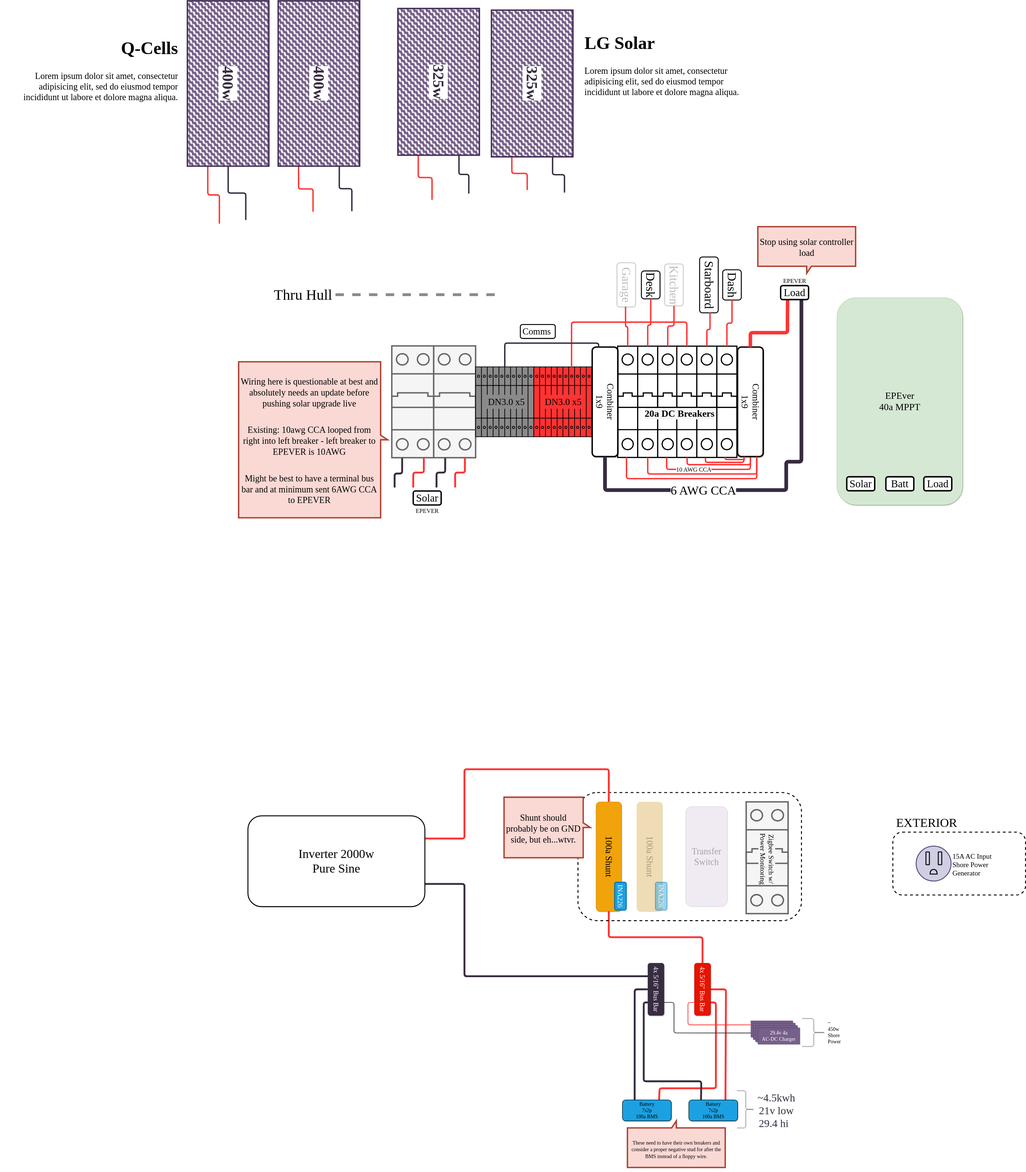
This is gary-bussy-electrical.drawio.svg from clomads/gary-bussy, a draw.io export, as it was before one commit. Source tidied: cells renumbered, new cells last; positions are measured from the earlier drawing's top-left corner, leaving out a move shared by most shapes.
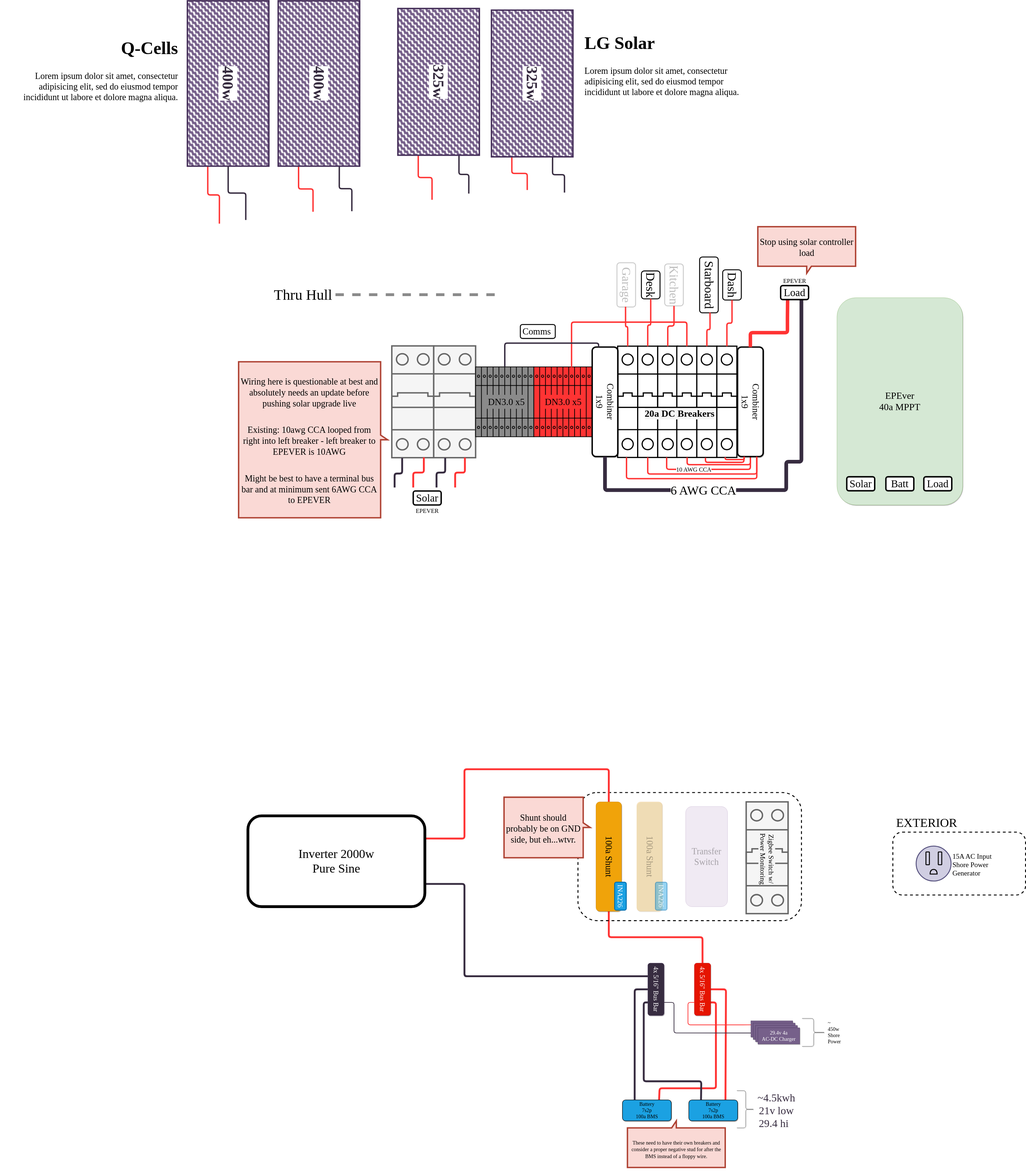
Later version of the same file.

Commit message:
thicker border on inverter

Diff of the diagram source:
```diff
@@ -253,7 +253,7 @@
         </Array>
       </mxGeometry>
     </mxCell>
-    <mxCell id="60" value="Inverter 2000w&lt;br style=&quot;font-size: 53px;&quot;&gt;Pure Sine" style="rounded=1;whiteSpace=wrap;html=1;shadow=0;sketch=0;strokeColor=default;strokeWidth=4;fontFamily=League Spartan;fontSource=https%3A%2F%2Ffonts.googleapis.com%2Fcss%3Ffamily%3DLeague%2BSpartan;fontSize=53;fillColor=none;" parent="1" vertex="1">
+    <mxCell id="60" value="Inverter 2000w&lt;br style=&quot;font-size: 53px;&quot;&gt;Pure Sine" style="rounded=1;whiteSpace=wrap;html=1;shadow=0;sketch=0;strokeWidth=12;fontFamily=League Spartan;fontSource=https%3A%2F%2Ffonts.googleapis.com%2Fcss%3Ffamily%3DLeague%2BSpartan;fontSize=53;strokeColor=default;" parent="1" vertex="1">
       <mxGeometry x="1061" y="3404" width="760" height="390" as="geometry" />
     </mxCell>
     <mxCell id="61" style="group;" parent="1" vertex="1">
```
